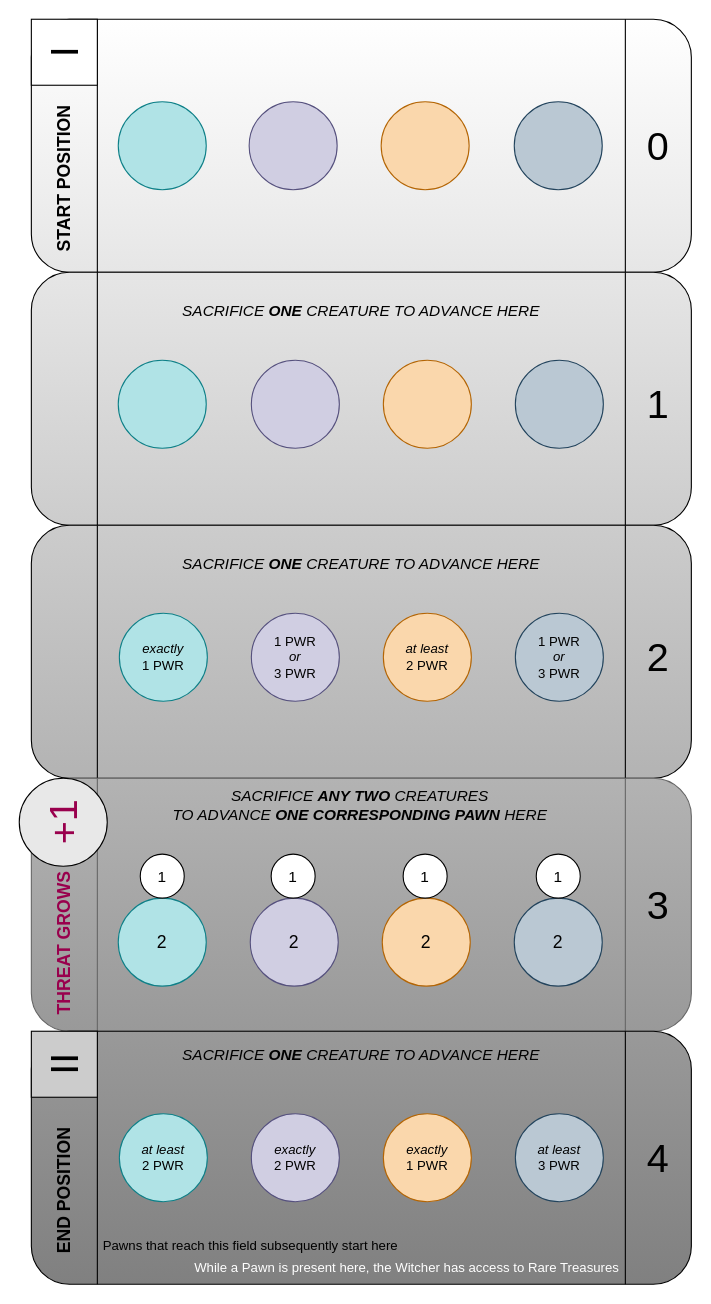
This is AltarSkirmish.drawio from eldritch-bender/OPMech, a draw.io file, before an edit. Source tidied: cells renumbered, new cells numbered last; positions are measured from the earlier drawing's top-left corner, leaving out a move shared by most shapes. Both pictures are drawn from the tidied source at 110%, with x=0, y=0 at pixel (19, 19).
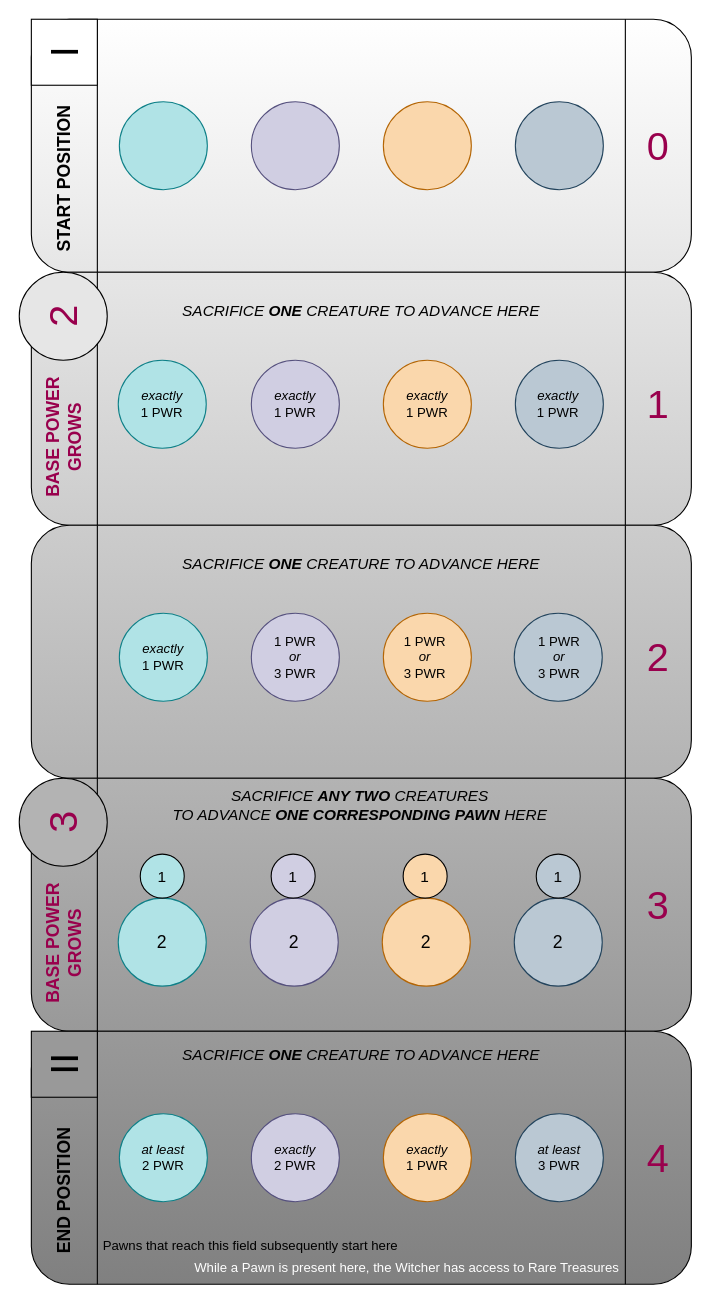
Above is the later version.

What changed in the source:
```diff
@@
-    <mxCell id="2" style="shape=process;whiteSpace=wrap;html=1;backgroundOutline=1;rounded=1;gradientColor=#E6E6E6;fillColor=#FFFFFF;" parent="1" vertex="1">
+    <mxCell id="2" style="shape=process;whiteSpace=wrap;html=1;backgroundOutline=1;rounded=1;gradientColor=#E6E6E6;fillColor=#FFFFFF;strokeColor=default;" parent="1" vertex="1">
       <mxGeometry x="11" width="600" height="230" as="geometry" />
     </mxCell>
     <mxCell id="3" style="ellipse;whiteSpace=wrap;html=1;fillColor=#b0e3e6;strokeColor=#0e8088;rounded=1;" parent="1" vertex="1">
-      <mxGeometry x="90" y="75" width="80" height="80" as="geometry" />
+      <mxGeometry x="91" y="75" width="80" height="80" as="geometry" />
     </mxCell>
     <mxCell id="4" style="ellipse;whiteSpace=wrap;html=1;fillColor=#d0cee2;strokeColor=#56517e;rounded=1;" parent="1" vertex="1">
-      <mxGeometry x="209" y="75" width="80" height="80" as="geometry" />
+      <mxGeometry x="211" y="75" width="80" height="80" as="geometry" />
     </mxCell>
     <mxCell id="5" style="ellipse;whiteSpace=wrap;html=1;fillColor=#bac8d3;strokeColor=#23445d;rounded=1;" parent="1" vertex="1">
-      <mxGeometry x="450" y="75" width="80" height="80" as="geometry" />
+      <mxGeometry x="451" y="75" width="80" height="80" as="geometry" />
     </mxCell>
     <mxCell id="6" style="ellipse;whiteSpace=wrap;html=1;fillColor=#fad7ac;strokeColor=#b46504;rounded=1;" parent="1" vertex="1">
-      <mxGeometry x="329" y="75" width="80" height="80" as="geometry" />
+      <mxGeometry x="331" y="75" width="80" height="80" as="geometry" />
     </mxCell>
-    <mxCell id="7" style="shape=process;whiteSpace=wrap;html=1;backgroundOutline=1;rounded=1;gradientColor=#CCCCCC;fillColor=#E6E6E6;" parent="1" vertex="1">
+    <mxCell id="7" style="shape=process;whiteSpace=wrap;html=1;backgroundOutline=1;rounded=1;gradientColor=#CCCCCC;fillColor=#E6E6E6;strokeColor=default;" parent="1" vertex="1">
       <mxGeometry x="11" y="230" width="600" height="230" as="geometry" />
     </mxCell>
@@
-    <mxCell id="12" style="shape=process;whiteSpace=wrap;html=1;backgroundOutline=1;rounded=1;fillColor=#CCCCCC;gradientColor=#B3B3B3;" parent="1" vertex="1">
+    <mxCell id="12" style="shape=process;whiteSpace=wrap;html=1;backgroundOutline=1;rounded=1;fillColor=#CCCCCC;gradientColor=#B3B3B3;strokeColor=default;" parent="1" vertex="1">
       <mxGeometry x="11" y="460" width="600" height="230" as="geometry" />
     </mxCell>
@@
     <mxCell id="15" style="ellipse;whiteSpace=wrap;html=1;fillColor=#bac8d3;strokeColor=#23445d;rounded=1;" parent="1" vertex="1">
-      <mxGeometry x="451" y="540" width="80" height="80" as="geometry" />
+      <mxGeometry x="450" y="540" width="80" height="80" as="geometry" />
     </mxCell>
@@
-    <mxCell id="17" style="shape=process;whiteSpace=wrap;html=1;backgroundOutline=1;fillColor=#B3B3B3;strokeColor=#666666;rounded=1;gradientColor=#999999;" parent="1" vertex="1">
+    <mxCell id="17" style="shape=process;whiteSpace=wrap;html=1;backgroundOutline=1;fillColor=#B3B3B3;strokeColor=default;rounded=1;gradientColor=#999999;" parent="1" vertex="1">
       <mxGeometry x="11" y="690" width="600" height="230" as="geometry" />
     </mxCell>
@@
-    <mxCell id="21" value="&lt;i&gt;at least&lt;/i&gt;&lt;br&gt;2 PWR" style="text;html=1;strokeColor=none;fillColor=none;align=center;verticalAlign=middle;whiteSpace=wrap;rounded=1;" parent="1" vertex="1">
-      <mxGeometry x="341" y="565" width="60" height="30" as="geometry" />
-    </mxCell>
@@
-    <mxCell id="26" style="shape=process;whiteSpace=wrap;html=1;backgroundOutline=1;rounded=1;fillColor=#999999;gradientColor=#808080;" parent="1" vertex="1">
+    <mxCell id="26" style="shape=process;whiteSpace=wrap;html=1;backgroundOutline=1;rounded=1;fillColor=#999999;gradientColor=#808080;strokeColor=default;" parent="1" vertex="1">
       <mxGeometry x="11" y="920" width="600" height="230" as="geometry" />
     </mxCell>
@@
-    <mxCell id="33" value="&lt;font style=&quot;font-size: 14px&quot;&gt;1&lt;/font&gt;" style="ellipse;whiteSpace=wrap;html=1;fontSize=16;" parent="1" vertex="1">
+    <mxCell id="33" value="&lt;font style=&quot;font-size: 14px&quot;&gt;1&lt;/font&gt;" style="ellipse;whiteSpace=wrap;html=1;fontSize=16;fillColor=#B0E3E6;" parent="1" vertex="1">
       <mxGeometry x="110" y="759" width="40" height="40" as="geometry" />
     </mxCell>
-    <mxCell id="34" value="&lt;font style=&quot;font-size: 14px&quot;&gt;1&lt;/font&gt;" style="ellipse;whiteSpace=wrap;html=1;fontSize=16;" parent="1" vertex="1">
+    <mxCell id="34" value="&lt;font style=&quot;font-size: 14px&quot;&gt;1&lt;/font&gt;" style="ellipse;whiteSpace=wrap;html=1;fontSize=16;fillColor=#D0CEE2;" parent="1" vertex="1">
       <mxGeometry x="229" y="759" width="40" height="40" as="geometry" />
     </mxCell>
-    <mxCell id="35" value="&lt;font style=&quot;font-size: 14px&quot;&gt;1&lt;/font&gt;" style="ellipse;whiteSpace=wrap;html=1;fontSize=16;" parent="1" vertex="1">
+    <mxCell id="35" value="&lt;font style=&quot;font-size: 14px&quot;&gt;1&lt;/font&gt;" style="ellipse;whiteSpace=wrap;html=1;fontSize=16;fillColor=#FAD7AC;" parent="1" vertex="1">
       <mxGeometry x="349" y="759" width="40" height="40" as="geometry" />
     </mxCell>
-    <mxCell id="36" value="&lt;font style=&quot;font-size: 14px&quot;&gt;1&lt;/font&gt;" style="ellipse;whiteSpace=wrap;html=1;fontSize=16;" parent="1" vertex="1">
+    <mxCell id="36" value="&lt;font style=&quot;font-size: 14px&quot;&gt;1&lt;/font&gt;" style="ellipse;whiteSpace=wrap;html=1;fontSize=16;fillColor=#BAC8D3;" parent="1" vertex="1">
       <mxGeometry x="470" y="759" width="40" height="40" as="geometry" />
     </mxCell>
@@
-    <mxCell id="43" value="&lt;span style=&quot;font-size: 36px&quot;&gt;0&lt;/span&gt;" style="text;html=1;strokeColor=none;fillColor=none;align=center;verticalAlign=middle;whiteSpace=wrap;rounded=0;fontSize=12;" parent="1" vertex="1">
+    <mxCell id="43" value="&lt;span style=&quot;font-size: 36px&quot;&gt;0&lt;/span&gt;" style="text;html=1;strokeColor=none;fillColor=none;align=center;verticalAlign=middle;whiteSpace=wrap;rounded=0;fontSize=12;fontColor=#99004D;" parent="1" vertex="1">
       <mxGeometry x="551" y="100" width="60" height="30" as="geometry" />
     </mxCell>
-    <mxCell id="44" value="&lt;span style=&quot;font-size: 36px&quot;&gt;1&lt;/span&gt;" style="text;html=1;strokeColor=none;fillColor=none;align=center;verticalAlign=middle;whiteSpace=wrap;rounded=0;fontSize=12;" parent="1" vertex="1">
+    <mxCell id="44" value="&lt;span style=&quot;font-size: 36px&quot;&gt;1&lt;/span&gt;" style="text;html=1;strokeColor=none;fillColor=none;align=center;verticalAlign=middle;whiteSpace=wrap;rounded=0;fontSize=12;fontColor=#99004D;" parent="1" vertex="1">
       <mxGeometry x="551" y="335" width="60" height="30" as="geometry" />
     </mxCell>
-    <mxCell id="45" value="&lt;span style=&quot;font-size: 36px&quot;&gt;2&lt;/span&gt;" style="text;html=1;strokeColor=none;fillColor=none;align=center;verticalAlign=middle;whiteSpace=wrap;rounded=0;fontSize=12;" parent="1" vertex="1">
+    <mxCell id="45" value="&lt;span style=&quot;font-size: 36px&quot;&gt;2&lt;/span&gt;" style="text;html=1;strokeColor=none;fillColor=none;align=center;verticalAlign=middle;whiteSpace=wrap;rounded=0;fontSize=12;fontColor=#99004D;" parent="1" vertex="1">
       <mxGeometry x="551" y="565" width="60" height="30" as="geometry" />
     </mxCell>
-    <mxCell id="46" value="&lt;span style=&quot;font-size: 36px&quot;&gt;3&lt;/span&gt;" style="text;html=1;strokeColor=none;fillColor=none;align=center;verticalAlign=middle;whiteSpace=wrap;rounded=0;fontSize=12;" parent="1" vertex="1">
+    <mxCell id="46" value="&lt;span style=&quot;font-size: 36px&quot;&gt;3&lt;/span&gt;" style="text;html=1;strokeColor=none;fillColor=none;align=center;verticalAlign=middle;whiteSpace=wrap;rounded=0;fontSize=12;fontColor=#99004D;" parent="1" vertex="1">
       <mxGeometry x="551" y="790" width="60" height="30" as="geometry" />
     </mxCell>
-    <mxCell id="47" value="&lt;span style=&quot;font-size: 36px&quot;&gt;4&lt;/span&gt;" style="text;html=1;strokeColor=none;fillColor=none;align=center;verticalAlign=middle;whiteSpace=wrap;rounded=0;fontSize=12;" parent="1" vertex="1">
+    <mxCell id="47" value="&lt;span style=&quot;font-size: 36px&quot;&gt;4&lt;/span&gt;" style="text;html=1;strokeColor=none;fillColor=none;align=center;verticalAlign=middle;whiteSpace=wrap;rounded=0;fontSize=12;fontColor=#99004D;" parent="1" vertex="1">
       <mxGeometry x="551" y="1020" width="60" height="30" as="geometry" />
     </mxCell>
-    <mxCell id="48" value="&lt;font style=&quot;font-size: 16px&quot;&gt;THREAT GROWS&lt;br&gt;&lt;/font&gt;" style="text;html=1;strokeColor=none;fillColor=none;align=center;verticalAlign=middle;whiteSpace=wrap;horizontal=0;fontStyle=1;rounded=0;fontColor=#99004D;" parent="1" vertex="1">
+    <mxCell id="48" value="&lt;font style=&quot;font-size: 16px&quot;&gt;BASE POWER GROWS&lt;br&gt;&lt;/font&gt;" style="text;html=1;strokeColor=none;fillColor=none;align=center;verticalAlign=middle;whiteSpace=wrap;horizontal=0;fontStyle=1;rounded=0;fontColor=#99004D;" parent="1" vertex="1">
       <mxGeometry x="11" y="760" width="60" height="160" as="geometry" />
     </mxCell>
-    <mxCell id="49" value="&lt;font color=&quot;#99004d&quot;&gt;+1&lt;/font&gt;" style="ellipse;whiteSpace=wrap;html=1;labelBackgroundColor=none;labelBorderColor=none;fontSize=36;fontColor=#000000;fillColor=#e8e8e8;gradientColor=none;verticalAlign=middle;horizontal=0;" parent="1" vertex="1">
+    <mxCell id="49" value="&lt;font color=&quot;#99004d&quot;&gt;3&lt;/font&gt;" style="ellipse;whiteSpace=wrap;html=1;labelBackgroundColor=none;labelBorderColor=none;fontSize=36;fontColor=#000000;fillColor=#B3B3B3;gradientColor=none;verticalAlign=middle;horizontal=0;" parent="1" vertex="1">
       <mxGeometry y="690" width="80" height="80" as="geometry" />
     </mxCell>
-    <mxCell id="50" value="&lt;font&gt;II&lt;/font&gt;" style="whiteSpace=wrap;html=1;labelBackgroundColor=none;labelBorderColor=none;fontSize=36;fontColor=#000000;fillColor=#cccccc;gradientColor=none;verticalAlign=middle;horizontal=0;" parent="1" vertex="1">
+    <mxCell id="50" value="&lt;font&gt;II&lt;/font&gt;" style="whiteSpace=wrap;html=1;labelBackgroundColor=none;labelBorderColor=none;fontSize=36;fontColor=#000000;fillColor=#999999;gradientColor=none;verticalAlign=middle;horizontal=0;" parent="1" vertex="1">
       <mxGeometry x="11" y="920" width="60" height="60" as="geometry" />
     </mxCell>
@@
+    <mxCell id="55" value="&lt;font style=&quot;font-size: 16px&quot;&gt;BASE POWER GROWS&lt;br&gt;&lt;/font&gt;" style="text;html=1;strokeColor=none;fillColor=none;align=center;verticalAlign=middle;whiteSpace=wrap;horizontal=0;fontStyle=1;rounded=0;fontColor=#99004D;" parent="1" vertex="1">
+      <mxGeometry x="11" y="300" width="60" height="160" as="geometry" />
+    </mxCell>
+    <mxCell id="56" value="&lt;font color=&quot;#99004d&quot;&gt;2&lt;/font&gt;" style="ellipse;whiteSpace=wrap;html=1;labelBackgroundColor=none;labelBorderColor=none;fontSize=36;fontColor=#000000;fillColor=#E6E6E6;gradientColor=none;verticalAlign=middle;horizontal=0;" parent="1" vertex="1">
+      <mxGeometry y="230" width="80" height="80" as="geometry" />
+    </mxCell>
+    <mxCell id="57" value="1 PWR&lt;br&gt;&lt;i&gt;or&lt;/i&gt;&lt;br&gt;3 PWR" style="text;html=1;strokeColor=none;fillColor=none;align=center;verticalAlign=middle;whiteSpace=wrap;rounded=1;" parent="1" vertex="1">
+      <mxGeometry x="339" y="565" width="60" height="30" as="geometry" />
+    </mxCell>
+    <mxCell id="58" value="&lt;i&gt;exactly&lt;/i&gt;&lt;br&gt;1 PWR" style="text;html=1;strokeColor=none;fillColor=none;align=center;verticalAlign=middle;whiteSpace=wrap;rounded=1;" parent="1" vertex="1">
+      <mxGeometry x="100" y="335" width="60" height="30" as="geometry" />
+    </mxCell>
+    <mxCell id="59" value="&lt;i&gt;exactly&lt;/i&gt;&lt;br&gt;1 PWR" style="text;html=1;strokeColor=none;fillColor=none;align=center;verticalAlign=middle;whiteSpace=wrap;rounded=1;" parent="1" vertex="1">
+      <mxGeometry x="221" y="335" width="60" height="30" as="geometry" />
+    </mxCell>
+    <mxCell id="60" value="&lt;i&gt;exactly&lt;/i&gt;&lt;br&gt;1 PWR" style="text;html=1;strokeColor=none;fillColor=none;align=center;verticalAlign=middle;whiteSpace=wrap;rounded=1;" parent="1" vertex="1">
+      <mxGeometry x="341" y="335" width="60" height="30" as="geometry" />
+    </mxCell>
+    <mxCell id="61" value="&lt;i&gt;exactly&lt;/i&gt;&lt;br&gt;1 PWR" style="text;html=1;strokeColor=none;fillColor=none;align=center;verticalAlign=middle;whiteSpace=wrap;rounded=1;" parent="1" vertex="1">
+      <mxGeometry x="460" y="335" width="60" height="30" as="geometry" />
+    </mxCell>
```
